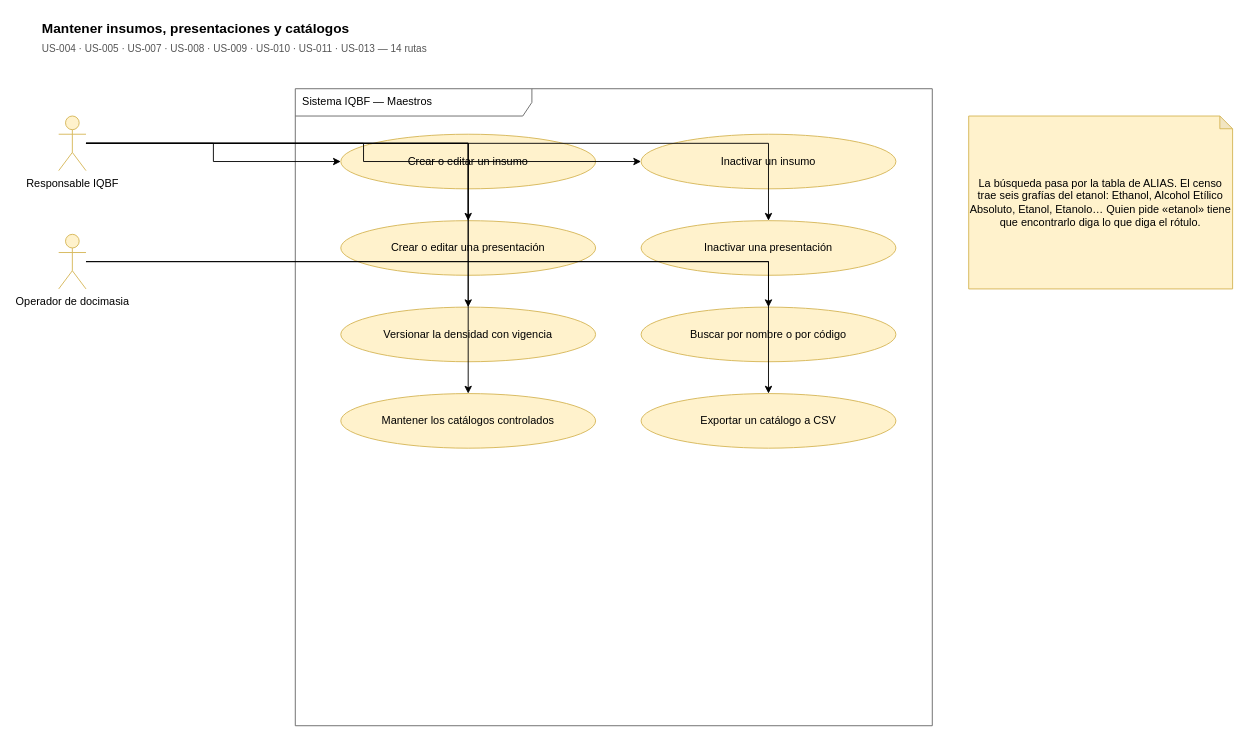
Earlier version of the draw.io diagram page "Gestionar Maestros" (3 of 8) of specs/diagramas/IQBF_Diagramas.drawio (jeffangeloss/IQBF-ULIMA_Back). Source tidied: cells renumbered, new cells numbered last; positions are measured from the earlier drawing's top-left corner, leaving out a move shared by most shapes. Both pictures are drawn from the tidied source at 91%, with x=0, y=0 at pixel (40, 15).
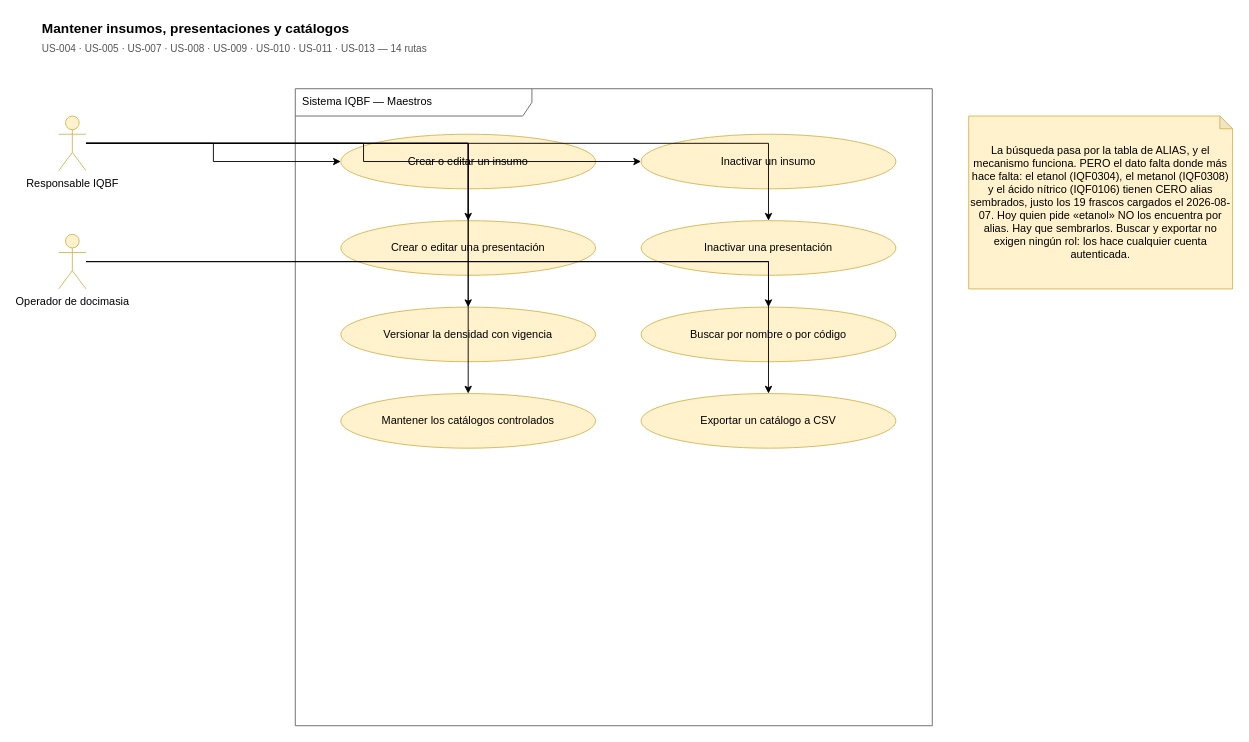
The same diagram, later.

The edit, as a diff of the source:
```diff
@@
-    <mxCell id="23" value="La búsqueda pasa por la tabla de ALIAS.  El censo trae seis grafías del etanol: Ethanol, Alcohol Etílico Absoluto, Etanol, Etanolo…  Quien pide «etanol» tiene que encontrarlo diga lo que diga el rótulo." style="shape=note;whiteSpace=wrap;html=1;backgroundOutline=1;darkOpacity=0.05;size=14;fillColor=#fff2cc;strokeColor=#d6b656;" parent="1" vertex="1">
+    <mxCell id="23" value="La búsqueda pasa por la tabla de ALIAS, y el mecanismo funciona.  PERO el dato falta donde más hace falta: el etanol (IQF0304), el metanol (IQF0308) y el ácido nítrico (IQF0106) tienen CERO alias sembrados, justo los 19 frascos cargados el 2026-08-07.  Hoy quien pide «etanol» NO los encuentra por alias. Hay que sembrarlos.  Buscar y exportar no exigen ningún rol: los hace cualquier cuenta autenticada." style="shape=note;whiteSpace=wrap;html=1;backgroundOutline=1;darkOpacity=0.05;size=14;fillColor=#fff2cc;strokeColor=#d6b656;" parent="1" vertex="1">
       <mxGeometry x="1020" y="110" width="290" height="190" as="geometry" />
     </mxCell>
```
